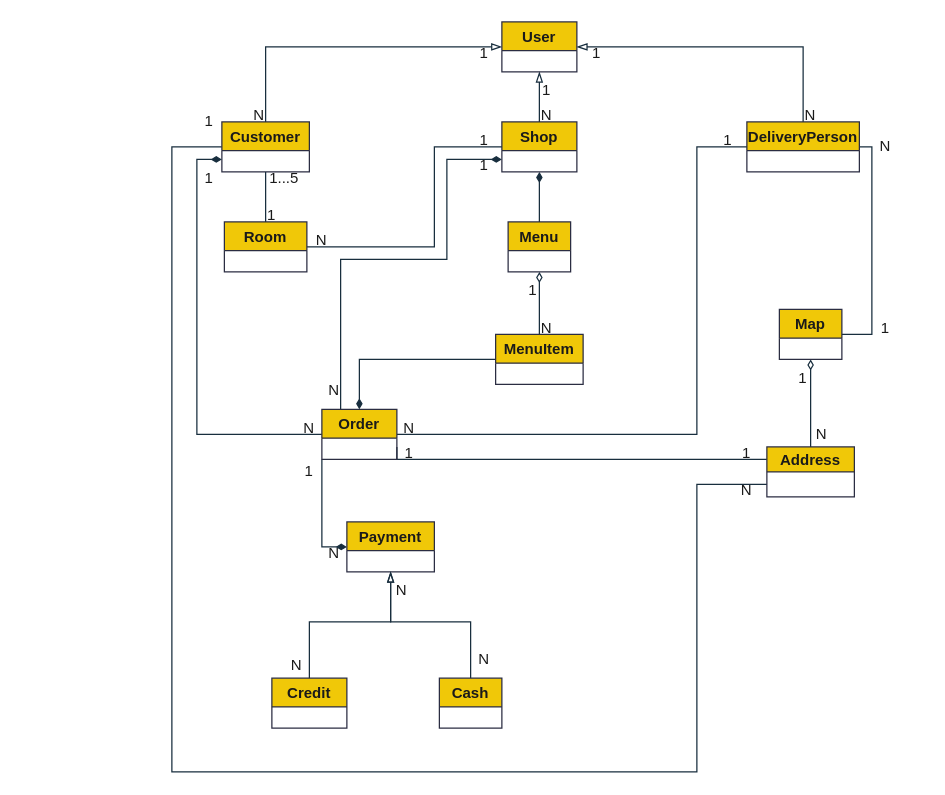
This is docs/contributions/AthanasiaZ/Writing-Charts/Phase2/domain.drawio from iloudaros/nomnomr, a draw.io file, before an edit. Source tidied: cells renumbered, new cells numbered last; positions are measured from the earlier drawing's top-left corner, leaving out a move shared by most shapes. Both pictures are drawn from the tidied source at 125%, with x=0, y=0 at pixel (171, 21).
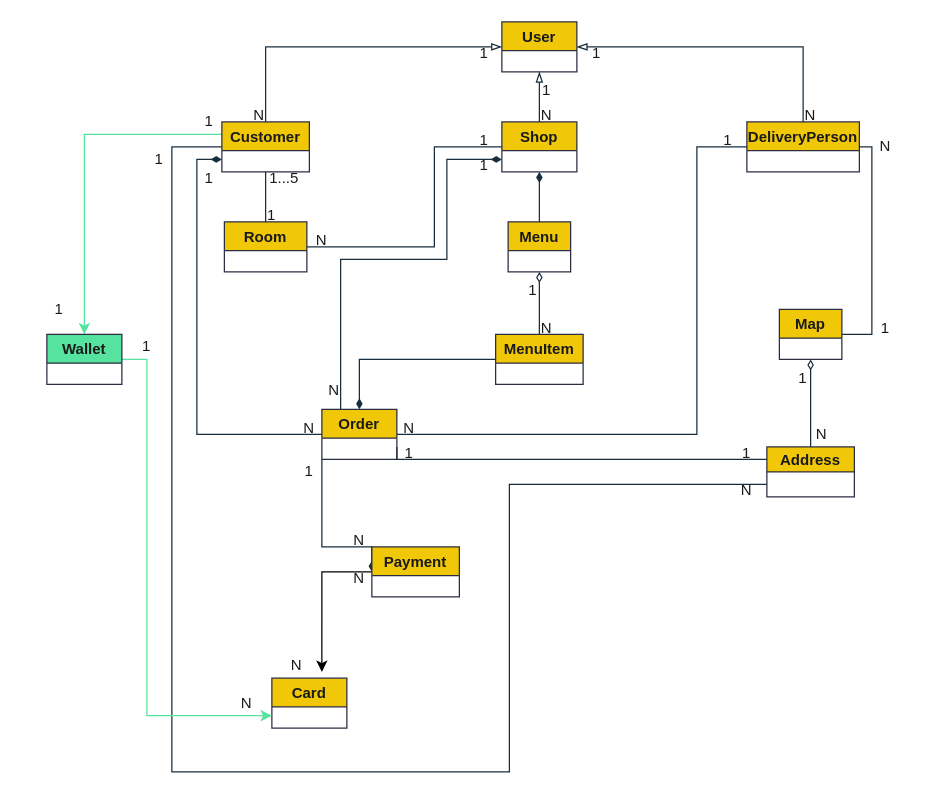
The same diagram, later.

The change refers to these unchanged cells:
```xml
<mxCell id="7" value="Customer" style="swimlane;startSize=23;rounded=0;fillColor=#F0C808;strokeColor=#2B2D42;fontColor=#1A1A1A;" parent="1" vertex="1">
  <mxGeometry x="40" y="80" width="70" height="40" as="geometry" />
</mxCell>
<mxCell id="29" value="Address" style="swimlane;rounded=0;startSize=20;fillColor=#F0C808;strokeColor=#2B2D42;fontColor=#1A1A1A;" parent="1" vertex="1">
  <mxGeometry x="476" y="340" width="70" height="40" as="geometry" />
</mxCell>
<mxCell id="52" value="N" style="text;html=1;strokeColor=none;fillColor=none;align=center;verticalAlign=middle;whiteSpace=wrap;rounded=0;fontColor=#1A1A1A;" parent="1" vertex="1">
  <mxGeometry x="70" y="500" width="60" height="30" as="geometry" />
</mxCell>
```

The edit, as a diff of the source:
```diff
@@
     <mxCell id="6" style="edgeStyle=orthogonalEdgeStyle;jettySize=auto;html=1;exitX=0;exitY=0.5;exitDx=0;exitDy=0;entryX=0;entryY=0.75;entryDx=0;entryDy=0;startArrow=none;startFill=0;endArrow=none;endFill=0;elbow=vertical;rounded=0;labelBackgroundColor=#EEEEEE;strokeColor=#182E3E;fontColor=#1A1A1A;" parent="1" edge="1" source="7" target="29">
       <mxGeometry relative="1" as="geometry">
         <Array as="points">
           <mxPoint y="100" />
           <mxPoint y="600" />
-          <mxPoint x="420" y="600" />
-          <mxPoint x="420" y="370" />
+          <mxPoint x="270" y="600" />
+          <mxPoint x="270" y="370" />
         </Array>
       </mxGeometry>
     </mxCell>
+    <mxCell id="64" style="edgeStyle=orthogonalEdgeStyle;rounded=0;jettySize=auto;html=1;entryX=0.5;entryY=0;entryDx=0;entryDy=0;strokeColor=#56E39F;" parent="1" edge="1" source="7" target="67">
+      <mxGeometry relative="1" as="geometry">
+        <Array as="points">
+          <mxPoint x="-70" y="90" />
+        </Array>
+      </mxGeometry>
+    </mxCell>
@@
-    <mxCell id="8" value="1" style="text;html=1;strokeColor=none;fillColor=none;align=center;verticalAlign=middle;whiteSpace=wrap;rounded=0;fontColor=#1A1A1A;" parent="7" vertex="1">
-      <mxGeometry x="-40" y="-10" width="60" height="20" as="geometry" />
-    </mxCell>
@@
+    <mxCell id="65" style="edgeStyle=orthogonalEdgeStyle;rounded=0;jettySize=auto;html=1;entryX=0.833;entryY=0.667;entryDx=0;entryDy=0;entryPerimeter=0;" parent="1" edge="1" source="22" target="52">
+      <mxGeometry relative="1" as="geometry" />
+    </mxCell>
     <mxCell id="22" value="Payment" style="swimlane;startSize=23;rounded=0;fillColor=#F0C808;strokeColor=#2B2D42;fontColor=#1A1A1A;" parent="1" vertex="1">
-      <mxGeometry x="140" y="400" width="70" height="40" as="geometry" />
+      <mxGeometry x="160" y="420" width="70" height="40" as="geometry" />
     </mxCell>
-    <mxCell id="23" style="edgeStyle=orthogonalEdgeStyle;jettySize=auto;html=1;entryX=0.5;entryY=1;entryDx=0;entryDy=0;startArrow=none;startFill=0;endArrow=blockThin;endFill=0;rounded=0;labelBackgroundColor=#EEEEEE;strokeColor=#182E3E;fontColor=#1A1A1A;" parent="1" edge="1" source="24" target="22">
-      <mxGeometry relative="1" as="geometry">
-        <Array as="points">
-          <mxPoint x="239" y="480" />
-          <mxPoint x="175" y="480" />
-        </Array>
-      </mxGeometry>
-    </mxCell>
-    <mxCell id="24" value="Cash" style="swimlane;rounded=0;fillColor=#F0C808;strokeColor=#2B2D42;fontColor=#1A1A1A;" parent="1" vertex="1">
-      <mxGeometry x="214" y="525" width="50" height="40" as="geometry" />
-    </mxCell>
-    <mxCell id="25" style="edgeStyle=orthogonalEdgeStyle;jettySize=auto;html=1;entryX=0.5;entryY=1;entryDx=0;entryDy=0;startArrow=none;startFill=0;endArrow=blockThin;endFill=0;rounded=0;labelBackgroundColor=#EEEEEE;strokeColor=#182E3E;fontColor=#1A1A1A;" parent="1" edge="1" source="26" target="22">
-      <mxGeometry relative="1" as="geometry">
-        <Array as="points">
-          <mxPoint x="110" y="480" />
-          <mxPoint x="175" y="480" />
-        </Array>
-      </mxGeometry>
-    </mxCell>
-    <mxCell id="26" value="Credit" style="swimlane;rounded=0;fillColor=#F0C808;strokeColor=#2B2D42;fontColor=#1A1A1A;" parent="1" vertex="1">
+    <mxCell id="26" value="Card" style="swimlane;rounded=0;fillColor=#F0C808;strokeColor=#2B2D42;fontColor=#1A1A1A;startSize=23;" parent="1" vertex="1">
       <mxGeometry x="80" y="525" width="60" height="40" as="geometry" />
     </mxCell>
@@
     <mxCell id="49" value="N" style="text;html=1;strokeColor=none;fillColor=none;align=center;verticalAlign=middle;whiteSpace=wrap;rounded=0;fontColor=#1A1A1A;" parent="1" vertex="1">
-      <mxGeometry x="100" y="410" width="60" height="30" as="geometry" />
+      <mxGeometry x="120" y="400" width="60" height="30" as="geometry" />
     </mxCell>
-    <mxCell id="50" value="N" style="text;html=1;strokeColor=none;fillColor=none;align=center;verticalAlign=middle;whiteSpace=wrap;rounded=0;fontColor=#1A1A1A;" parent="1" vertex="1">
-      <mxGeometry x="220" y="495" width="60" height="30" as="geometry" />
-    </mxCell>
-    <mxCell id="51" value="N" style="text;html=1;strokeColor=none;fillColor=none;align=center;verticalAlign=middle;whiteSpace=wrap;rounded=0;fontColor=#1A1A1A;" parent="1" vertex="1">
-      <mxGeometry x="154" y="440" width="60" height="30" as="geometry" />
-    </mxCell>
@@
+    <mxCell id="66" style="edgeStyle=orthogonalEdgeStyle;rounded=0;jettySize=auto;html=1;entryX=0;entryY=0.75;entryDx=0;entryDy=0;strokeColor=#56E39F;" parent="1" edge="1" source="67" target="26">
+      <mxGeometry relative="1" as="geometry">
+        <Array as="points">
+          <mxPoint x="-20" y="270" />
+          <mxPoint x="-20" y="555" />
+        </Array>
+      </mxGeometry>
+    </mxCell>
+    <mxCell id="67" value="Wallet" style="swimlane;rounded=0;fillColor=#56E39F;strokeColor=#2B2D42;fontColor=#1A1A1A;startSize=23;" parent="1" vertex="1">
+      <mxGeometry x="-100" y="250" width="60" height="40" as="geometry" />
+    </mxCell>
+    <mxCell id="8" value="1" style="text;html=1;strokeColor=none;fillColor=none;align=center;verticalAlign=middle;whiteSpace=wrap;rounded=0;fontColor=#1A1A1A;" parent="1" vertex="1">
+      <mxGeometry x="-40" y="100" width="60" height="20" as="geometry" />
+    </mxCell>
+    <mxCell id="68" value="1" style="text;html=1;strokeColor=none;fillColor=none;align=center;verticalAlign=middle;whiteSpace=wrap;rounded=0;fontColor=#1A1A1A;" parent="1" vertex="1">
+      <mxGeometry y="70" width="60" height="20" as="geometry" />
+    </mxCell>
+    <mxCell id="69" value="1" style="text;html=1;strokeColor=none;fillColor=none;align=center;verticalAlign=middle;whiteSpace=wrap;rounded=0;fontColor=#1A1A1A;" parent="1" vertex="1">
+      <mxGeometry x="-120" y="220" width="60" height="20" as="geometry" />
+    </mxCell>
+    <mxCell id="70" value="1" style="text;html=1;strokeColor=none;fillColor=none;align=center;verticalAlign=middle;whiteSpace=wrap;rounded=0;fontColor=#1A1A1A;" parent="1" vertex="1">
+      <mxGeometry x="-50" y="250" width="60" height="20" as="geometry" />
+    </mxCell>
+    <mxCell id="71" value="N" style="text;html=1;strokeColor=none;fillColor=none;align=center;verticalAlign=middle;whiteSpace=wrap;rounded=0;fontColor=#1A1A1A;" parent="1" vertex="1">
+      <mxGeometry x="30" y="530" width="60" height="30" as="geometry" />
+    </mxCell>
+    <mxCell id="72" value="N" style="text;html=1;strokeColor=none;fillColor=none;align=center;verticalAlign=middle;whiteSpace=wrap;rounded=0;fontColor=#1A1A1A;" parent="1" vertex="1">
+      <mxGeometry x="120" y="430" width="60" height="30" as="geometry" />
+    </mxCell>
```
